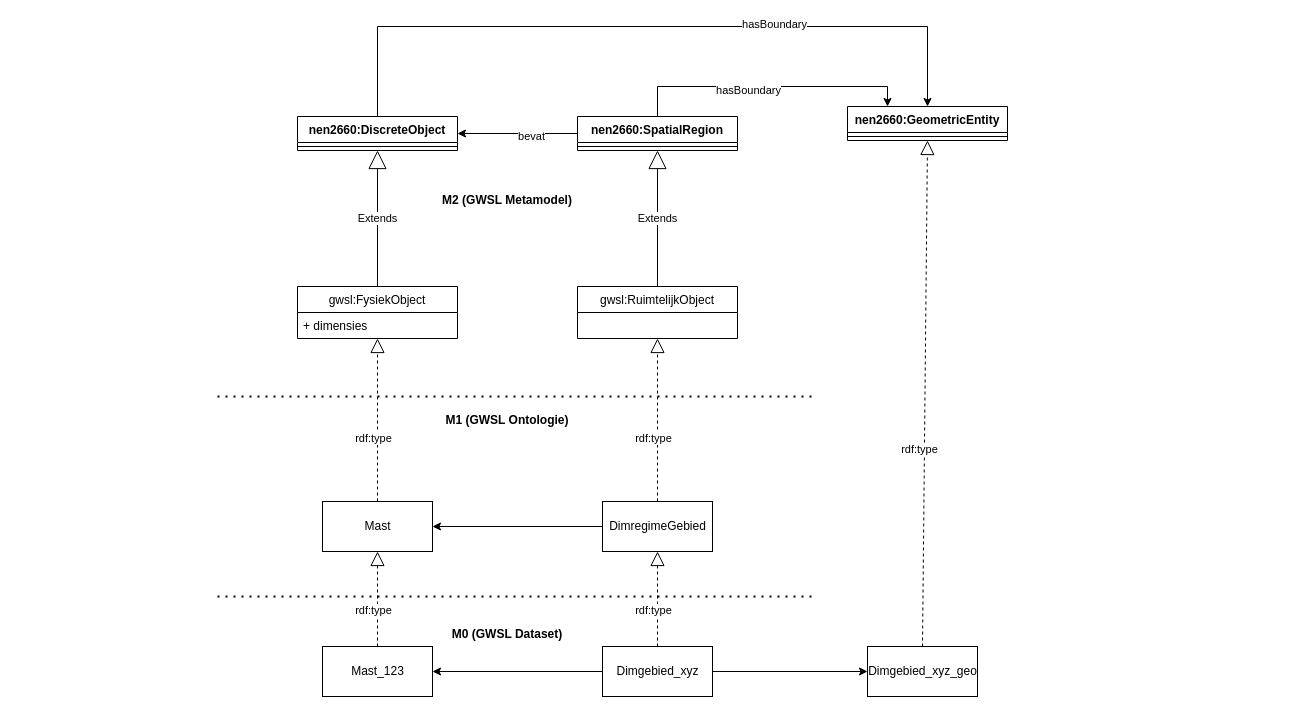
This is data/Werkgroep Modellering en Techniek/Model_GWSL.drawio from Stichting-CROW/gwsl, a draw.io file, before an edit. Source tidied: cells renumbered, new cells numbered last; positions are measured from the earlier drawing's top-left corner, leaving out a move shared by most shapes. Both pictures are drawn from the tidied source at 100%, with x=0, y=0 at pixel (217, 26).
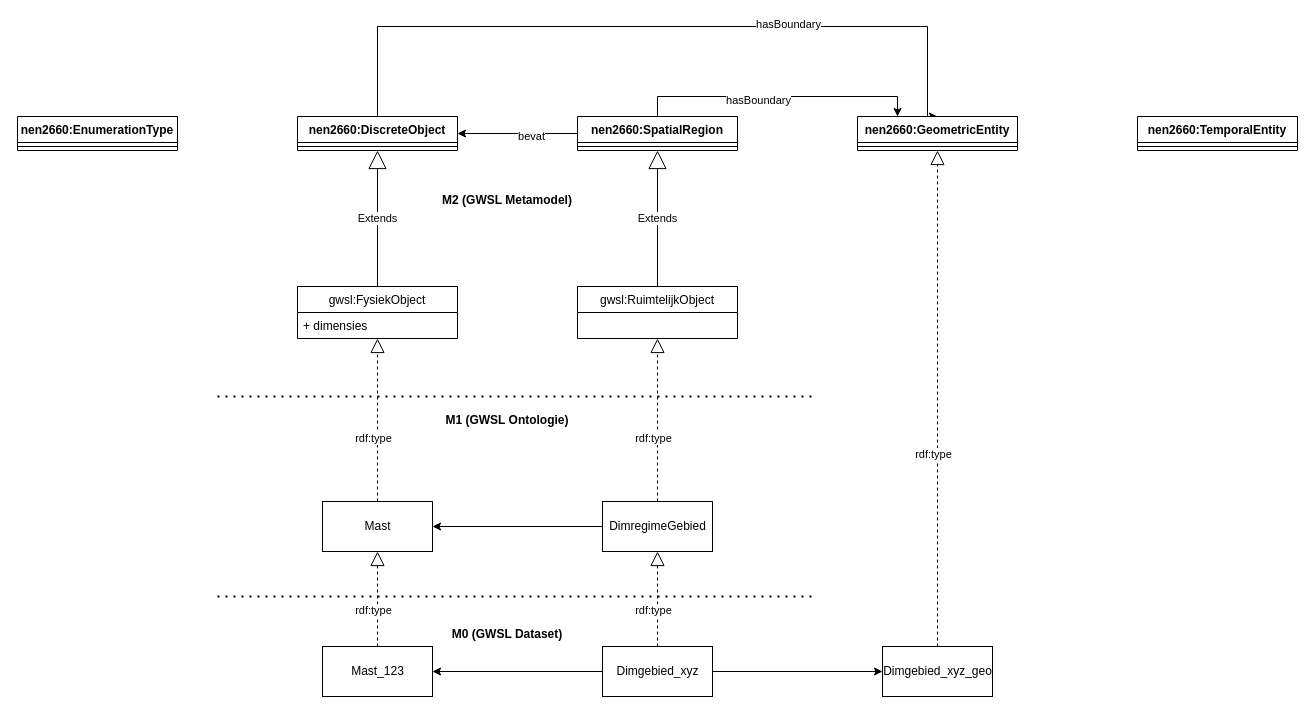
The same page after the edit.

The edit, as a diff of the source:
```diff
@@
     <mxCell id="37" value="nen2660:GeometricEntity" style="swimlane;fontStyle=1;align=center;verticalAlign=top;horizontal=1;startSize=26;" parent="1" vertex="1">
-      <mxGeometry x="630" y="80" width="160" height="34" as="geometry" />
+      <mxGeometry x="640" y="90" width="160" height="34" as="geometry" />
     </mxCell>
@@
     <mxCell id="39" value="Dimgebied_xyz_geo" style="html=1;" parent="1" vertex="1">
-      <mxGeometry x="650" y="620" width="110" height="50" as="geometry" />
+      <mxGeometry x="665" y="620" width="110" height="50" as="geometry" />
     </mxCell>
@@
+    <mxCell id="42" value="nen2660:TemporalEntity" style="swimlane;fontStyle=1;align=center;verticalAlign=top;horizontal=1;startSize=26;" parent="1" vertex="1">
+      <mxGeometry x="920" y="90" width="160" height="34" as="geometry" />
+    </mxCell>
+    <mxCell id="43" style="line;strokeWidth=1;fillColor=none;align=left;verticalAlign=middle;spacingTop=-1;spacingLeft=3;spacingRight=3;labelPosition=right;" parent="42" vertex="1">
+      <mxGeometry y="26" width="160" height="8" as="geometry" />
+    </mxCell>
+    <mxCell id="44" value="nen2660:EnumerationType" style="swimlane;fontStyle=1;align=center;verticalAlign=top;horizontal=1;startSize=26;" parent="1" vertex="1">
+      <mxGeometry x="-200" y="90" width="160" height="34" as="geometry" />
+    </mxCell>
+    <mxCell id="45" style="line;strokeWidth=1;fillColor=none;align=left;verticalAlign=middle;spacingTop=-1;spacingLeft=3;spacingRight=3;labelPosition=right;" parent="44" vertex="1">
+      <mxGeometry y="26" width="160" height="8" as="geometry" />
+    </mxCell>
```
